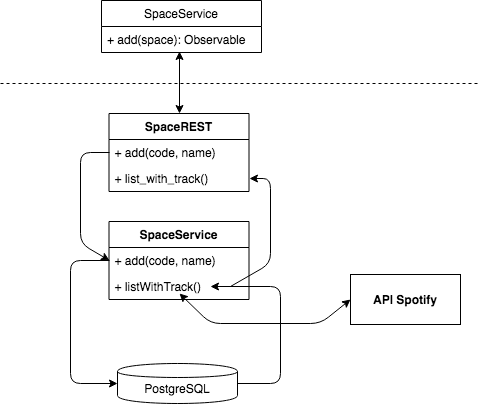
Earlier version of the draw.io export images/arquitectura_interna.png (altamiranoErica/fultbolify-bo). Source tidied: cells renumbered, new cells last; positions are measured from the earlier drawing's top-left corner, leaving out a move shared by most shapes. Source of this version:
```xml
<mxGraphModel>
  <root>
    <mxCell id="0" />
    <mxCell id="1" parent="0" />
    <mxCell id="2" value="SpaceService" style="swimlane;fontStyle=0;horizontal=1;startSize=26;fillColor=none;" parent="1" vertex="1">
      <mxGeometry x="101" width="160" height="52" as="geometry" />
    </mxCell>
    <mxCell id="3" value="+ add(space): Observable" style="text;strokeColor=none;fillColor=none;align=left;verticalAlign=top;spacingLeft=4;spacingRight=4;overflow=hidden;points=[[0,0.5],[1,0.5]];portConstraint=eastwest;" parent="2" vertex="1">
      <mxGeometry y="26" width="160" height="26" as="geometry" />
    </mxCell>
    <mxCell id="4" value="&lt;b&gt;API Spotify&lt;/b&gt;" style="html=1;" parent="1" vertex="1">
      <mxGeometry x="350" y="274" width="110" height="50" as="geometry" />
    </mxCell>
    <mxCell id="5" style="endArrow=classic;html=1;exitX=0;exitY=0.5;exitDx=0;exitDy=0;entryX=0;entryY=0.5;entryDx=0;entryDy=0;" parent="1" edge="1" source="17" target="14">
      <mxGeometry relative="1" as="geometry">
        <Array as="points">
          <mxPoint x="80" y="152" />
          <mxPoint x="80" y="243" />
        </Array>
      </mxGeometry>
    </mxCell>
    <mxCell id="6" style="endArrow=classic;html=1;entryX=1;entryY=0.5;entryDx=0;entryDy=0;exitX=0.868;exitY=0.5;exitDx=0;exitDy=0;exitPerimeter=0;" parent="1" edge="1" source="15" target="18">
      <mxGeometry relative="1" as="geometry">
        <Array as="points">
          <mxPoint x="270" y="263" />
          <mxPoint x="270" y="178" />
        </Array>
      </mxGeometry>
    </mxCell>
    <mxCell id="7" style="endArrow=classic;html=1;entryX=0;entryY=0.5;entryDx=0;entryDy=0;exitX=0;exitY=0.5;exitDx=0;exitDy=0;" parent="1" edge="1" source="14" target="11">
      <mxGeometry relative="1" as="geometry">
        <Array as="points">
          <mxPoint x="70" y="260" />
          <mxPoint x="70" y="383" />
        </Array>
      </mxGeometry>
    </mxCell>
    <mxCell id="8" style="endArrow=classic;html=1;exitX=1;exitY=0.5;exitDx=0;exitDy=0;entryX=0.725;entryY=0.5;entryDx=0;entryDy=0;entryPerimeter=0;" parent="1" edge="1" source="11" target="15">
      <mxGeometry relative="1" as="geometry">
        <Array as="points">
          <mxPoint x="280" y="383" />
          <mxPoint x="280" y="286" />
        </Array>
      </mxGeometry>
    </mxCell>
    <mxCell id="9" style="endArrow=none;dashed=1;html=1;" parent="1" edge="1">
      <mxGeometry relative="1" as="geometry">
        <mxPoint y="83" as="sourcePoint" />
        <mxPoint x="480" y="83" as="targetPoint" />
      </mxGeometry>
    </mxCell>
    <mxCell id="10" style="group;" parent="1" vertex="1">
      <mxGeometry x="117" y="363" width="120" height="40" as="geometry" />
    </mxCell>
    <mxCell id="11" style="shape=cylinder;whiteSpace=wrap;html=1;boundedLbl=1;backgroundOutline=1;" parent="10" vertex="1">
      <mxGeometry width="120" height="40" as="geometry" />
    </mxCell>
    <mxCell id="12" value="PostgreSQL" style="text;html=1;strokeColor=none;fillColor=none;align=center;verticalAlign=middle;whiteSpace=wrap;rounded=0;" parent="10" vertex="1">
      <mxGeometry x="20" y="10" width="80" height="30" as="geometry" />
    </mxCell>
    <mxCell id="13" value="SpaceService" style="swimlane;fontStyle=1;horizontal=1;startSize=26;fillColor=none;" parent="1" vertex="1">
      <mxGeometry x="108.5" y="221" width="140" height="78" as="geometry" />
    </mxCell>
    <mxCell id="14" value="+ add(code, name)" style="text;strokeColor=none;fillColor=none;align=left;verticalAlign=top;spacingLeft=4;spacingRight=4;overflow=hidden;points=[[0,0.5],[1,0.5]];portConstraint=eastwest;" parent="13" vertex="1">
      <mxGeometry y="26" width="140" height="26" as="geometry" />
    </mxCell>
    <mxCell id="15" value="+ listWithTrack()" style="text;strokeColor=none;fillColor=none;align=left;verticalAlign=top;spacingLeft=4;spacingRight=4;overflow=hidden;points=[[0,0.5],[1,0.5]];portConstraint=eastwest;" parent="13" vertex="1">
      <mxGeometry y="52" width="140" height="26" as="geometry" />
    </mxCell>
    <mxCell id="16" value="SpaceREST" style="swimlane;fontStyle=1;horizontal=1;startSize=26;fillColor=none;" parent="1" vertex="1">
      <mxGeometry x="108.5" y="113" width="140" height="78" as="geometry" />
    </mxCell>
    <mxCell id="17" value="+ add(code, name)" style="text;strokeColor=none;fillColor=none;align=left;verticalAlign=top;spacingLeft=4;spacingRight=4;overflow=hidden;points=[[0,0.5],[1,0.5]];portConstraint=eastwest;" parent="16" vertex="1">
      <mxGeometry y="26" width="140" height="26" as="geometry" />
    </mxCell>
    <mxCell id="18" value="+ list_with_track()" style="text;strokeColor=none;fillColor=none;align=left;verticalAlign=top;spacingLeft=4;spacingRight=4;overflow=hidden;points=[[0,0.5],[1,0.5]];portConstraint=eastwest;" parent="16" vertex="1">
      <mxGeometry y="52" width="140" height="26" as="geometry" />
    </mxCell>
    <mxCell id="19" style="endArrow=classic;startArrow=classic;html=1;entryX=0;entryY=0.5;entryDx=0;entryDy=0;" parent="1" edge="1" target="4">
      <mxGeometry relative="1" as="geometry">
        <mxPoint x="179" y="293" as="sourcePoint" />
        <Array as="points">
          <mxPoint x="210" y="323" />
          <mxPoint x="320" y="323" />
        </Array>
      </mxGeometry>
    </mxCell>
    <mxCell id="20" style="endArrow=classic;startArrow=classic;html=1;entryX=0.481;entryY=1.077;entryDx=0;entryDy=0;entryPerimeter=0;exitX=0.5;exitY=0;exitDx=0;exitDy=0;" parent="1" edge="1" source="16" target="3">
      <mxGeometry relative="1" as="geometry" />
    </mxCell>
  </root>
</mxGraphModel>
```
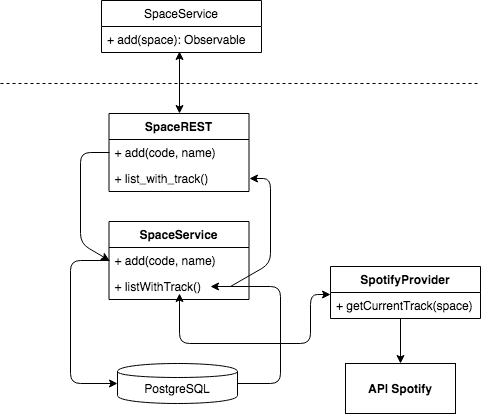
Above is the later version.

Commit message:
Modificada arquitectura interna

Change to the diagram source:
```diff
@@ -9,7 +9,7 @@
       <mxGeometry y="26" width="160" height="26" as="geometry" />
     </mxCell>
     <mxCell id="4" value="&lt;b&gt;API Spotify&lt;/b&gt;" style="html=1;" parent="1" vertex="1">
-      <mxGeometry x="350" y="274" width="110" height="50" as="geometry" />
+      <mxGeometry x="345" y="363" width="110" height="50" as="geometry" />
     </mxCell>
     <mxCell id="5" style="endArrow=classic;html=1;exitX=0;exitY=0.5;exitDx=0;exitDy=0;entryX=0;entryY=0.5;entryDx=0;entryDy=0;" parent="1" edge="1" source="17" target="14">
       <mxGeometry relative="1" as="geometry">
@@ -76,17 +76,27 @@
     <mxCell id="18" value="+ list_with_track()" style="text;strokeColor=none;fillColor=none;align=left;verticalAlign=top;spacingLeft=4;spacingRight=4;overflow=hidden;points=[[0,0.5],[1,0.5]];portConstraint=eastwest;" parent="16" vertex="1">
       <mxGeometry y="52" width="140" height="26" as="geometry" />
     </mxCell>
-    <mxCell id="19" style="endArrow=classic;startArrow=classic;html=1;entryX=0;entryY=0.5;entryDx=0;entryDy=0;" parent="1" edge="1" target="4">
+    <mxCell id="19" style="endArrow=classic;startArrow=classic;html=1;entryX=0;entryY=0.077;entryDx=0;entryDy=0;entryPerimeter=0;" parent="1" edge="1" target="22">
       <mxGeometry relative="1" as="geometry">
         <mxPoint x="179" y="293" as="sourcePoint" />
         <Array as="points">
-          <mxPoint x="210" y="323" />
-          <mxPoint x="320" y="323" />
+          <mxPoint x="179" y="343" />
+          <mxPoint x="310" y="343" />
+          <mxPoint x="310" y="294" />
         </Array>
       </mxGeometry>
     </mxCell>
     <mxCell id="20" style="endArrow=classic;startArrow=classic;html=1;entryX=0.481;entryY=1.077;entryDx=0;entryDy=0;entryPerimeter=0;exitX=0.5;exitY=0;exitDx=0;exitDy=0;" parent="1" edge="1" source="16" target="3">
       <mxGeometry relative="1" as="geometry" />
     </mxCell>
+    <mxCell id="21" value="SpotifyProvider" style="swimlane;fontStyle=1;horizontal=1;startSize=26;fillColor=none;" parent="1" vertex="1">
+      <mxGeometry x="330" y="266" width="150" height="52" as="geometry" />
+    </mxCell>
+    <mxCell id="22" value="+ getCurrentTrack(space)&#10;" style="text;strokeColor=none;fillColor=none;align=left;verticalAlign=top;spacingLeft=4;spacingRight=4;overflow=hidden;points=[[0,0.5],[1,0.5]];portConstraint=eastwest;" parent="21" vertex="1">
+      <mxGeometry y="26" width="150" height="26" as="geometry" />
+    </mxCell>
+    <mxCell id="23" style="endArrow=classic;html=1;exitX=0.467;exitY=1;exitDx=0;exitDy=0;exitPerimeter=0;entryX=0.5;entryY=0;entryDx=0;entryDy=0;" parent="1" edge="1" source="22" target="4">
+      <mxGeometry relative="1" as="geometry" />
+    </mxCell>
   </root>
 </mxGraphModel>
```
